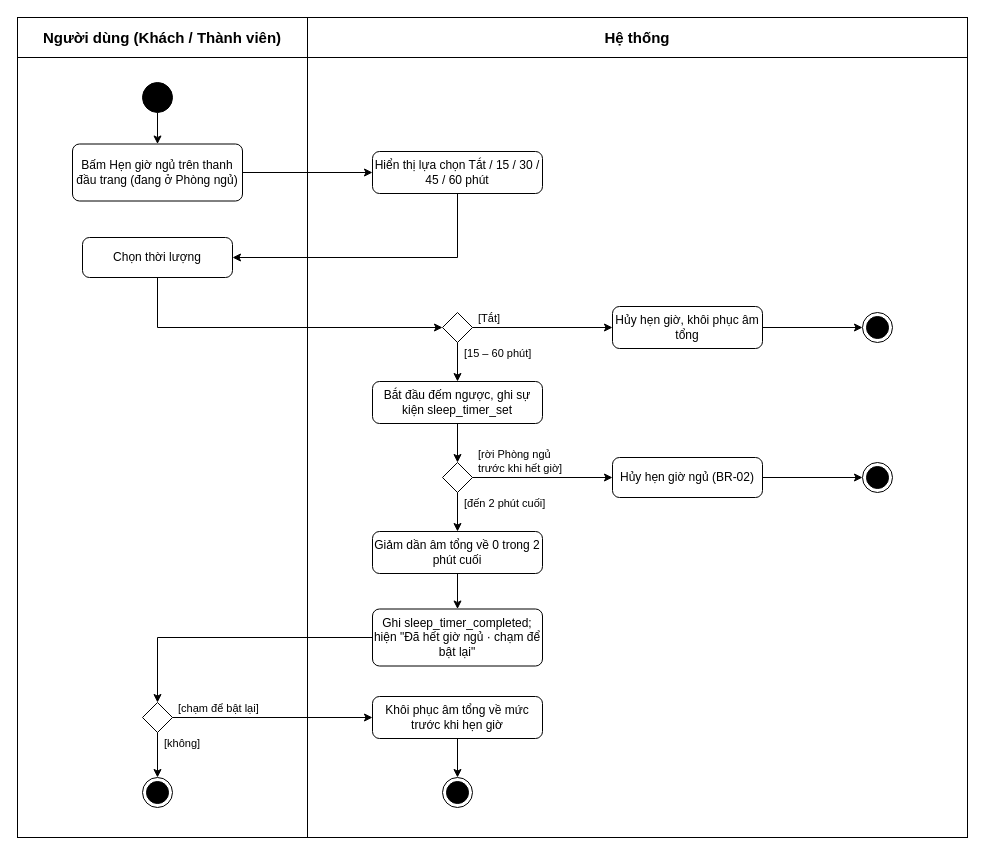
CaoLePhucThinh2203/FocuSpace keeps this draw.io diagram as page "A6" (7 of 29) of docs/analysis/FocuSpace_Diagrams.drawio. Above is the earlier version. Source tidied: cells renumbered, new cells numbered last; positions are measured from the earlier drawing's top-left corner, leaving out a move shared by most shapes. Both pictures are drawn from the tidied source at 100%, with x=0, y=0 at pixel (17, 17).
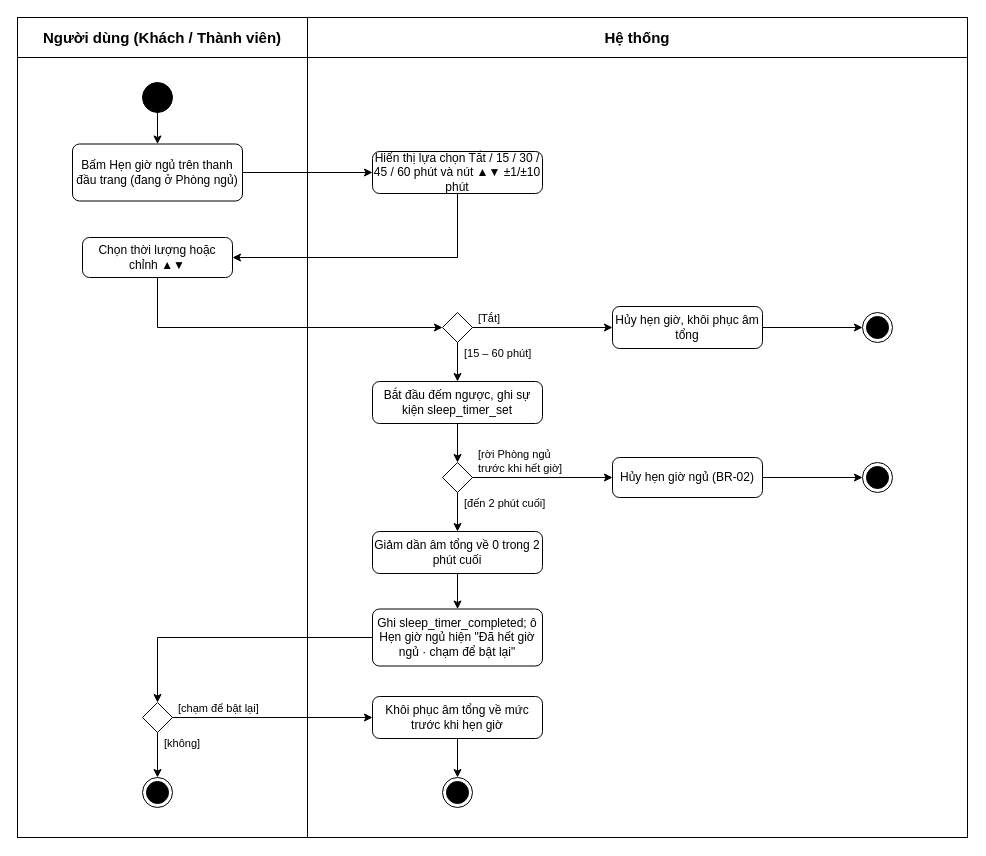
Above is the later version.

Diff of the diagram source:
```diff
@@
-    <mxCell id="5" value="Hiển thị lựa chọn Tắt / 15 / 30 / 45 / 60 phút" style="html=1;align=center;verticalAlign=middle;rounded=1;absoluteArcSize=1;arcSize=14;dashed=0;whiteSpace=wrap;fontSize=12;" parent="1" vertex="1">
+    <mxCell id="5" value="Hiển thị lựa chọn Tắt / 15 / 30 / 45 / 60 phút và nút ▲▼ ±1/±10 phút" style="html=1;align=center;verticalAlign=middle;rounded=1;absoluteArcSize=1;arcSize=14;dashed=0;whiteSpace=wrap;fontSize=12;" parent="1" vertex="1">
       <mxGeometry x="355" y="134" width="170" height="42" as="geometry" />
     </mxCell>
-    <mxCell id="6" value="Chọn thời lượng" style="html=1;align=center;verticalAlign=middle;rounded=1;absoluteArcSize=1;arcSize=14;dashed=0;whiteSpace=wrap;fontSize=12;" parent="1" vertex="1">
+    <mxCell id="6" value="Chọn thời lượng hoặc chỉnh ▲▼" style="html=1;align=center;verticalAlign=middle;rounded=1;absoluteArcSize=1;arcSize=14;dashed=0;whiteSpace=wrap;fontSize=12;" parent="1" vertex="1">
       <mxGeometry x="65" y="220" width="150" height="40" as="geometry" />
     </mxCell>
@@
-    <mxCell id="15" value="Ghi sleep_timer_completed; hiện &quot;Đã hết giờ ngủ · chạm để bật lại&quot;" style="html=1;align=center;verticalAlign=middle;rounded=1;absoluteArcSize=1;arcSize=14;dashed=0;whiteSpace=wrap;fontSize=12;" parent="1" vertex="1">
+    <mxCell id="15" value="Ghi sleep_timer_completed; ô Hẹn giờ ngủ hiện &quot;Đã hết giờ ngủ · chạm để bật lại&quot;" style="html=1;align=center;verticalAlign=middle;rounded=1;absoluteArcSize=1;arcSize=14;dashed=0;whiteSpace=wrap;fontSize=12;" parent="1" vertex="1">
       <mxGeometry x="355" y="591.5" width="170" height="57" as="geometry" />
     </mxCell>
```
